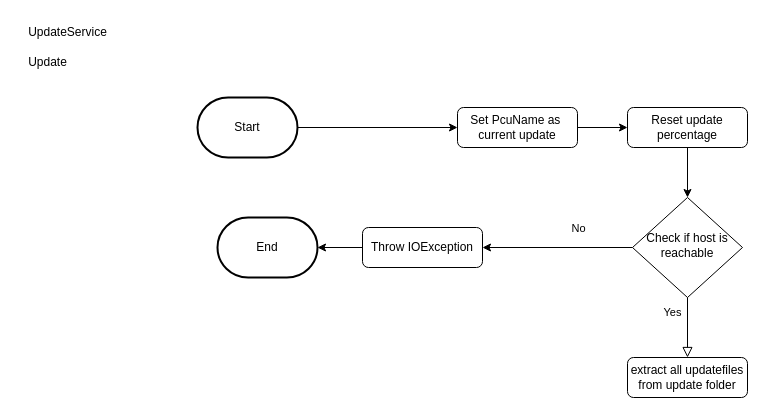
Before: FlowChart/Update/Update.drawio in nicnike/Uml, a draw.io diagram. Source tidied: cells renumbered, new cells numbered last; positions are measured from the earlier drawing's top-left corner, leaving out a move shared by most shapes. Both pictures are drawn from the tidied source at 100%, with x=0, y=0 at pixel (17, 17).
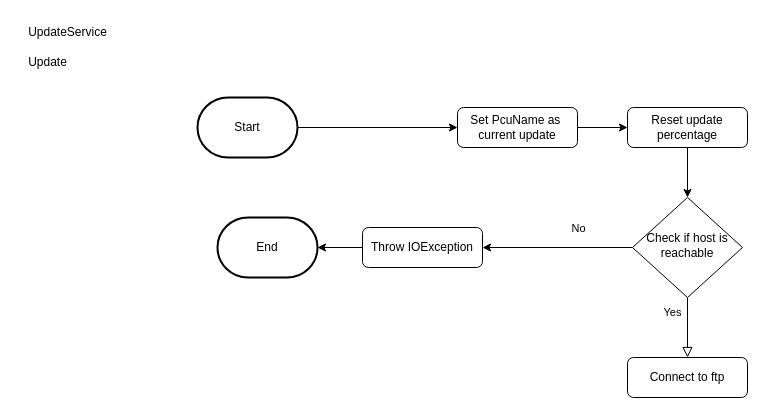
After the change.

Change to the diagram source:
```diff
@@
 <mxGraphModel>
   <root>
     <mxCell id="0" />
     <mxCell id="1" parent="0" />
     <mxCell id="2" value="&lt;div&gt;UpdateService&lt;/div&gt;" style="text;html=1;align=center;verticalAlign=middle;strokeColor=none;fillColor=none;" parent="1" vertex="1">
       <mxGeometry width="100" height="30" as="geometry" />
     </mxCell>
     <mxCell id="3" value="&lt;div&gt;Update&lt;/div&gt;" style="text;html=1;align=center;verticalAlign=middle;strokeColor=none;fillColor=none;" parent="1" vertex="1">
       <mxGeometry y="30" width="60" height="30" as="geometry" />
     </mxCell>
     <mxCell id="4" style="edgeStyle=orthogonalEdgeStyle;rounded=0;jettySize=auto;html=1;" parent="1" edge="1" source="5" target="15">
       <mxGeometry relative="1" as="geometry" />
     </mxCell>
     <mxCell id="5" value="Set PcuName as&amp;nbsp; current update" style="rounded=1;whiteSpace=wrap;html=1;fontSize=12;glass=0;strokeWidth=1;shadow=0;" parent="1" vertex="1">
       <mxGeometry x="440" y="90" width="120" height="40" as="geometry" />
     </mxCell>
     <mxCell id="6" style="edgeStyle=orthogonalEdgeStyle;rounded=0;jettySize=auto;html=1;entryX=1;entryY=0.5;entryDx=0;entryDy=0;" parent="1" edge="1" source="8" target="12">
       <mxGeometry relative="1" as="geometry" />
     </mxCell>
     <mxCell id="7" value="No" style="edgeLabel;html=1;align=center;verticalAlign=middle;" parent="6" vertex="1">
       <mxGeometry x="0.12" y="-5" relative="1" as="geometry">
         <mxPoint x="29" y="-15" as="offset" />
       </mxGeometry>
     </mxCell>
     <mxCell id="8" value="Check if host is reachable" style="rhombus;whiteSpace=wrap;html=1;shadow=0;fontFamily=Helvetica;fontSize=12;align=center;strokeWidth=1;spacing=6;spacingTop=-4;" parent="1" vertex="1">
       <mxGeometry x="615" y="180" width="110" height="100" as="geometry" />
     </mxCell>
     <mxCell id="9" style="edgeStyle=orthogonalEdgeStyle;rounded=0;jettySize=auto;html=1;entryX=0;entryY=0.5;entryDx=0;entryDy=0;exitX=1;exitY=0.5;exitDx=0;exitDy=0;exitPerimeter=0;" parent="1" edge="1" source="13" target="5">
       <mxGeometry relative="1" as="geometry" />
     </mxCell>
     <mxCell id="10" value="Yes" style="edgeStyle=orthogonalEdgeStyle;rounded=0;html=1;jettySize=auto;fontSize=11;endArrow=block;endFill=0;endSize=8;strokeWidth=1;shadow=0;labelBackgroundColor=none;entryX=0.5;entryY=0;entryDx=0;entryDy=0;exitX=0.5;exitY=1;exitDx=0;exitDy=0;" parent="1" edge="1" source="8" target="11">
       <mxGeometry x="-0.5" y="-15" relative="1" as="geometry" />
     </mxCell>
-    <mxCell id="11" value="&lt;div&gt;extract all updatefiles&lt;/div&gt;&lt;div&gt;from update folder&lt;br&gt;&lt;/div&gt;" style="rounded=1;whiteSpace=wrap;html=1;fontSize=12;glass=0;strokeWidth=1;shadow=0;" parent="1" vertex="1">
+    <mxCell id="11" value="Connect to ftp" style="rounded=1;whiteSpace=wrap;html=1;fontSize=12;glass=0;strokeWidth=1;shadow=0;" parent="1" vertex="1">
       <mxGeometry x="610" y="340" width="120" height="40" as="geometry" />
     </mxCell>
     <mxCell id="12" value="Throw IOException" style="rounded=1;whiteSpace=wrap;html=1;fontSize=12;glass=0;strokeWidth=1;shadow=0;" parent="1" vertex="1">
       <mxGeometry x="345" y="210" width="120" height="40" as="geometry" />
     </mxCell>
     <mxCell id="13" value="Start" style="strokeWidth=2;html=1;shape=mxgraph.flowchart.terminator;whiteSpace=wrap;" parent="1" vertex="1">
       <mxGeometry x="180" y="80" width="100" height="60" as="geometry" />
     </mxCell>
     <mxCell id="14" style="edgeStyle=orthogonalEdgeStyle;rounded=0;jettySize=auto;html=1;entryX=0.5;entryY=0;entryDx=0;entryDy=0;" parent="1" edge="1" source="15" target="8">
       <mxGeometry relative="1" as="geometry" />
     </mxCell>
     <mxCell id="15" value="Reset update percentage" style="rounded=1;whiteSpace=wrap;html=1;fontSize=12;glass=0;strokeWidth=1;shadow=0;" parent="1" vertex="1">
       <mxGeometry x="610" y="90" width="120" height="40" as="geometry" />
     </mxCell>
     <mxCell id="16" value="End" style="strokeWidth=2;html=1;shape=mxgraph.flowchart.terminator;whiteSpace=wrap;" parent="1" vertex="1">
       <mxGeometry x="200" y="200" width="100" height="60" as="geometry" />
     </mxCell>
     <mxCell id="17" style="edgeStyle=orthogonalEdgeStyle;rounded=0;jettySize=auto;html=1;entryX=1;entryY=0.5;entryDx=0;entryDy=0;entryPerimeter=0;" parent="1" edge="1" source="12" target="16">
       <mxGeometry relative="1" as="geometry" />
     </mxCell>
   </root>
 </mxGraphModel>
```
